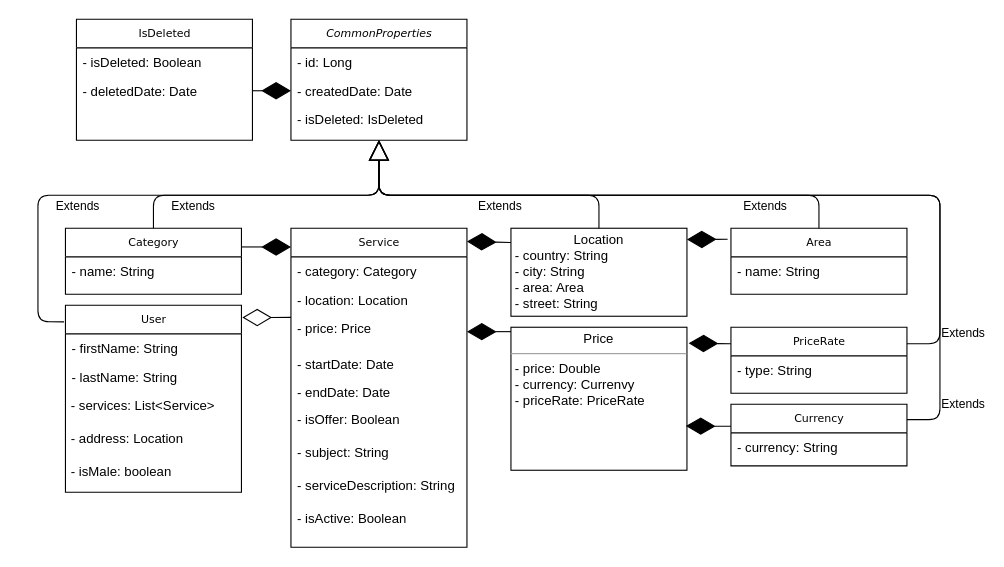
The draw.io diagram HelppyUML.drawio in StanislavRa/group_A_Helppy, before the edit. Source tidied: cells renumbered, new cells numbered last; positions are measured from the earlier drawing's top-left corner, leaving out a move shared by most shapes. Both pictures are drawn from the tidied source at 110%, with x=0, y=0 at pixel (37, 19).
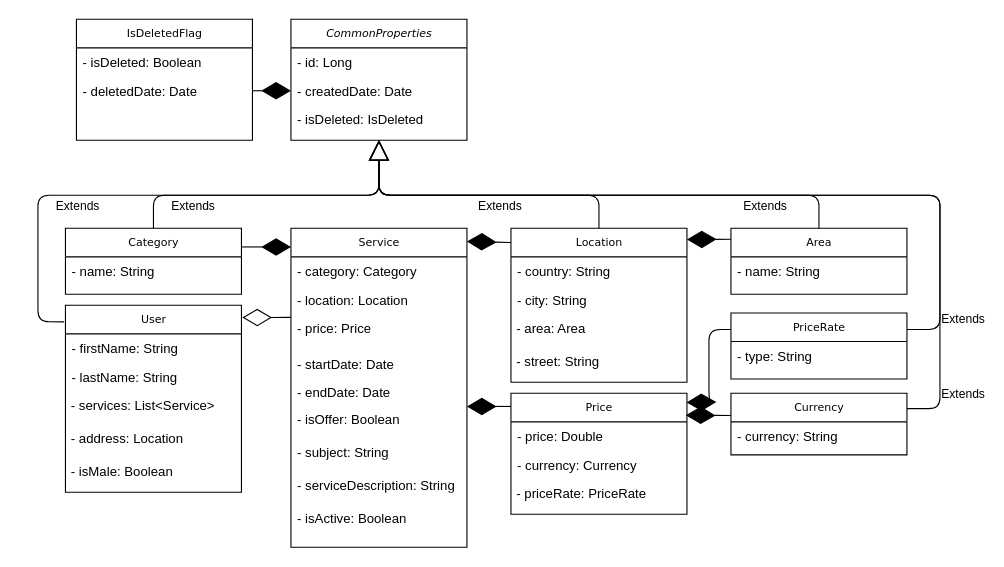
The same page after the edit.

Unchanged cells that the change refers to:
```xml
<mxCell id="7" value="- price: Price" style="text;html=1;strokeColor=none;fillColor=none;align=left;verticalAlign=top;spacingLeft=4;spacingRight=4;whiteSpace=wrap;overflow=hidden;points=[[0,0.5],[1,0.5]];portConstraint=eastwest;" parent="4" vertex="1">
  <mxGeometry y="78" width="160" height="32" as="geometry" />
</mxCell>
<mxCell id="22" value="&lt;i&gt;CommonProperties&lt;/i&gt;" style="swimlane;html=1;fontStyle=0;horizontal=1;startSize=26;fillColor=none;swimlaneFillColor=#ffffff;rounded=0;shadow=0;comic=0;labelBackgroundColor=none;strokeWidth=1;fontFamily=Verdana;fontSize=10;align=center;" parent="1" vertex="1">
  <mxGeometry x="230" width="160" height="110" as="geometry" />
</mxCell>
<mxCell id="30" value="User" style="swimlane;html=1;fontStyle=0;horizontal=1;startSize=26;fillColor=none;swimlaneFillColor=#ffffff;rounded=0;shadow=0;comic=0;labelBackgroundColor=none;strokeWidth=1;fontFamily=Verdana;fontSize=10;align=center;" parent="1" vertex="1">
  <mxGeometry x="25" y="260" width="160" height="170" as="geometry" />
</mxCell>
```

The edit, as a diff of the source:
```diff
@@
-    <mxCell id="14" value="&lt;p style=&quot;margin: 0px ; margin-top: 4px ; text-align: center&quot;&gt;Location&lt;/p&gt;&lt;p style=&quot;margin: 0px ; margin-left: 4px&quot;&gt;- country: String&lt;/p&gt;&lt;p style=&quot;margin: 0px ; margin-left: 4px&quot;&gt;- city: String&lt;/p&gt;&lt;p style=&quot;margin: 0px ; margin-left: 4px&quot;&gt;- area: Area&lt;/p&gt;&lt;p style=&quot;margin: 0px ; margin-left: 4px&quot;&gt;- street: String&lt;/p&gt;" style="verticalAlign=top;align=left;overflow=fill;fontSize=12;fontFamily=Helvetica;html=1;rounded=0;shadow=0;comic=0;labelBackgroundColor=none;strokeWidth=1;" parent="1" vertex="1">
-      <mxGeometry x="430" y="190" width="160" height="80" as="geometry" />
-    </mxCell>
-    <mxCell id="15" value="&lt;p style=&quot;margin: 0px ; margin-top: 4px ; text-align: center&quot;&gt;Price&lt;/p&gt;&lt;hr size=&quot;1&quot;&gt;&lt;p style=&quot;margin: 0px ; margin-left: 4px&quot;&gt;- price: Double&lt;/p&gt;&lt;p style=&quot;margin: 0px ; margin-left: 4px&quot;&gt;- currency: Currenvy&lt;/p&gt;&lt;p style=&quot;margin: 0px ; margin-left: 4px&quot;&gt;- priceRate: PriceRate&lt;/p&gt;" style="verticalAlign=top;align=left;overflow=fill;fontSize=12;fontFamily=Helvetica;html=1;rounded=0;shadow=0;comic=0;labelBackgroundColor=none;strokeWidth=1;" parent="1" vertex="1">
-      <mxGeometry x="430" y="280" width="160" height="130" as="geometry" />
-    </mxCell>
-    <mxCell id="16" value="IsDeleted" style="swimlane;html=1;fontStyle=0;horizontal=1;startSize=26;fillColor=none;swimlaneFillColor=#ffffff;rounded=0;shadow=0;comic=0;labelBackgroundColor=none;strokeWidth=1;fontFamily=Verdana;fontSize=10;align=center;" parent="1" vertex="1">
+    <mxCell id="16" value="IsDeletedFlag" style="swimlane;html=1;fontStyle=0;horizontal=1;startSize=26;fillColor=none;swimlaneFillColor=#ffffff;rounded=0;shadow=0;comic=0;labelBackgroundColor=none;strokeWidth=1;fontFamily=Verdana;fontSize=10;align=center;" parent="1" vertex="1">
       <mxGeometry x="35" width="160" height="110" as="geometry" />
     </mxCell>
@@
     <mxCell id="19" value="PriceRate" style="swimlane;html=1;fontStyle=0;horizontal=1;startSize=26;fillColor=none;swimlaneFillColor=#ffffff;rounded=0;shadow=0;comic=0;labelBackgroundColor=none;strokeWidth=1;fontFamily=Verdana;fontSize=10;align=center;" parent="1" vertex="1">
-      <mxGeometry x="630" y="280" width="160" height="60" as="geometry" />
+      <mxGeometry x="630" y="267" width="160" height="60" as="geometry" />
     </mxCell>
@@
-    <mxCell id="21" style="endArrow=diamondThin;endFill=1;endSize=24;html=1;exitX=0;exitY=0.25;exitDx=0;exitDy=0;entryX=1.01;entryY=0.112;entryDx=0;entryDy=0;entryPerimeter=0;" parent="1" edge="1" source="19" target="15">
-      <mxGeometry relative="1" as="geometry" />
+    <mxCell id="21" style="endArrow=diamondThin;endFill=1;endSize=24;html=1;entryX=0.998;entryY=0.077;entryDx=0;entryDy=0;entryPerimeter=0;exitX=0;exitY=0.25;exitDx=0;exitDy=0;" parent="1" edge="1" source="19" target="54">
+      <mxGeometry relative="1" as="geometry">
+        <Array as="points">
+          <mxPoint x="610" y="282" />
+          <mxPoint x="610" y="348" />
+        </Array>
+      </mxGeometry>
     </mxCell>
@@
-    <mxCell id="27" value="Extends" style="endArrow=block;endSize=16;endFill=0;html=1;entryX=0.5;entryY=1;entryDx=0;entryDy=0;exitX=0.5;exitY=0;exitDx=0;exitDy=0;" parent="1" edge="1" source="14" target="22">
+    <mxCell id="27" value="Extends" style="endArrow=block;endSize=16;endFill=0;html=1;entryX=0.5;entryY=1;entryDx=0;entryDy=0;exitX=0.5;exitY=0;exitDx=0;exitDy=0;" parent="1" edge="1" target="22">
       <mxGeometry x="-0.14" y="10" relative="1" as="geometry">
+        <mxPoint x="510" y="190" as="sourcePoint" />
         <Array as="points">
           <mxPoint x="510" y="160" />
           <mxPoint x="310" y="160" />
         </Array>
       </mxGeometry>
     </mxCell>
@@
     <mxCell id="29" value="Extends" style="endArrow=block;endSize=16;endFill=0;html=1;exitX=1;exitY=0.25;exitDx=0;exitDy=0;" parent="1" edge="1" source="19">
       <mxGeometry x="-0.89" y="-21" relative="1" as="geometry">
         <mxPoint x="310" y="110" as="targetPoint" />
         <Array as="points">
-          <mxPoint x="820" y="295" />
+          <mxPoint x="820" y="282" />
           <mxPoint x="820" y="160" />
           <mxPoint x="310" y="160" />
         </Array>
       </mxGeometry>
     </mxCell>
@@
-    <mxCell id="35" value="&amp;nbsp;- isMale: boolean" style="text;html=1;" parent="30" vertex="1">
+    <mxCell id="35" value="&amp;nbsp;- isMale: Boolean" style="text;html=1;" parent="30" vertex="1">
       <mxGeometry y="138" width="160" height="30" as="geometry" />
     </mxCell>
@@
     <mxCell id="37" value="Currency" style="swimlane;html=1;fontStyle=0;horizontal=1;startSize=26;fillColor=none;swimlaneFillColor=#ffffff;rounded=0;shadow=0;comic=0;labelBackgroundColor=none;strokeWidth=1;fontFamily=Verdana;fontSize=10;align=center;" parent="1" vertex="1">
-      <mxGeometry x="630" y="350" width="160" height="56" as="geometry" />
+      <mxGeometry x="630" y="340" width="160" height="56" as="geometry" />
     </mxCell>
@@
-    <mxCell id="39" style="endArrow=diamondThin;endFill=1;endSize=24;html=1;entryX=0.994;entryY=0.691;entryDx=0;entryDy=0;entryPerimeter=0;" parent="1" edge="1" target="15">
+    <mxCell id="39" style="endArrow=diamondThin;endFill=1;endSize=24;html=1;entryX=0.994;entryY=0.691;entryDx=0;entryDy=0;entryPerimeter=0;" parent="1" edge="1">
       <mxGeometry relative="1" as="geometry">
-        <mxPoint x="630" y="370" as="sourcePoint" />
+        <mxPoint x="630" y="360.2" as="sourcePoint" />
+        <mxPoint x="589" y="360" as="targetPoint" />
       </mxGeometry>
     </mxCell>
@@
-    <mxCell id="44" style="endArrow=diamondThin;endFill=1;endSize=24;html=1;entryX=1;entryY=0.5;entryDx=0;entryDy=0;" parent="1" edge="1" target="7">
+    <mxCell id="44" style="endArrow=diamondThin;endFill=1;endSize=24;html=1;entryX=1;entryY=0.5;entryDx=0;entryDy=0;" parent="1" edge="1">
       <mxGeometry relative="1" as="geometry">
-        <mxPoint x="430" y="284" as="sourcePoint" />
+        <mxPoint x="430" y="352" as="sourcePoint" />
+        <mxPoint x="390" y="352" as="targetPoint" />
       </mxGeometry>
     </mxCell>
@@
     <mxCell id="46" style="endArrow=diamondThin;endFill=1;endSize=24;html=1;entryX=1.019;entryY=0.043;entryDx=0;entryDy=0;entryPerimeter=0;" parent="1" edge="1">
       <mxGeometry relative="1" as="geometry">
-        <mxPoint x="627" y="200" as="sourcePoint" />
+        <mxPoint x="630" y="200" as="sourcePoint" />
         <mxPoint x="590" y="200.3" as="targetPoint" />
       </mxGeometry>
     </mxCell>
     <mxCell id="47" value="Extends" style="endArrow=block;endSize=16;endFill=0;html=1;exitX=1;exitY=0.25;exitDx=0;exitDy=0;" parent="1" edge="1" source="37">
       <mxGeometry x="-0.89" y="-21" relative="1" as="geometry">
         <mxPoint x="310" y="110" as="targetPoint" />
         <Array as="points">
-          <mxPoint x="820" y="364" />
+          <mxPoint x="820" y="354" />
           <mxPoint x="820" y="160" />
           <mxPoint x="310" y="160" />
         </Array>
       </mxGeometry>
     </mxCell>
@@
+    <mxCell id="49" value="Location" style="swimlane;html=1;fontStyle=0;horizontal=1;startSize=26;fillColor=none;swimlaneFillColor=#ffffff;rounded=0;shadow=0;comic=0;labelBackgroundColor=none;strokeWidth=1;fontFamily=Verdana;fontSize=10;align=center;" parent="1" vertex="1">
+      <mxGeometry x="430" y="190" width="160" height="140" as="geometry" />
+    </mxCell>
+    <mxCell id="50" value="- country: String" style="text;html=1;strokeColor=none;fillColor=none;align=left;verticalAlign=top;spacingLeft=4;spacingRight=4;whiteSpace=wrap;overflow=hidden;" parent="49" vertex="1">
+      <mxGeometry y="26" width="160" height="26" as="geometry" />
+    </mxCell>
+    <mxCell id="51" value="- city: String" style="text;html=1;strokeColor=none;fillColor=none;align=left;verticalAlign=top;spacingLeft=4;spacingRight=4;whiteSpace=wrap;overflow=hidden;" parent="49" vertex="1">
+      <mxGeometry y="52" width="160" height="26" as="geometry" />
+    </mxCell>
+    <mxCell id="52" value="&amp;nbsp;- area: Area" style="text;html=1;" parent="49" vertex="1">
+      <mxGeometry y="78" width="160" height="30" as="geometry" />
+    </mxCell>
+    <mxCell id="53" value="&amp;nbsp;- street: String" style="text;html=1;" parent="49" vertex="1">
+      <mxGeometry y="108" width="160" height="30" as="geometry" />
+    </mxCell>
+    <mxCell id="54" value="Price" style="swimlane;html=1;fontStyle=0;horizontal=1;startSize=26;fillColor=none;swimlaneFillColor=#ffffff;rounded=0;shadow=0;comic=0;labelBackgroundColor=none;strokeWidth=1;fontFamily=Verdana;fontSize=10;align=center;" parent="1" vertex="1">
+      <mxGeometry x="430" y="340" width="160" height="110" as="geometry" />
+    </mxCell>
+    <mxCell id="55" value="- price: Double" style="text;html=1;strokeColor=none;fillColor=none;align=left;verticalAlign=top;spacingLeft=4;spacingRight=4;whiteSpace=wrap;overflow=hidden;" parent="54" vertex="1">
+      <mxGeometry y="26" width="160" height="26" as="geometry" />
+    </mxCell>
+    <mxCell id="56" value="- currency: Currency" style="text;html=1;strokeColor=none;fillColor=none;align=left;verticalAlign=top;spacingLeft=4;spacingRight=4;whiteSpace=wrap;overflow=hidden;" parent="54" vertex="1">
+      <mxGeometry y="52" width="160" height="26" as="geometry" />
+    </mxCell>
+    <mxCell id="57" value="&amp;nbsp;- priceRate: PriceRate" style="text;html=1;" parent="54" vertex="1">
+      <mxGeometry y="78" width="160" height="30" as="geometry" />
+    </mxCell>
```
